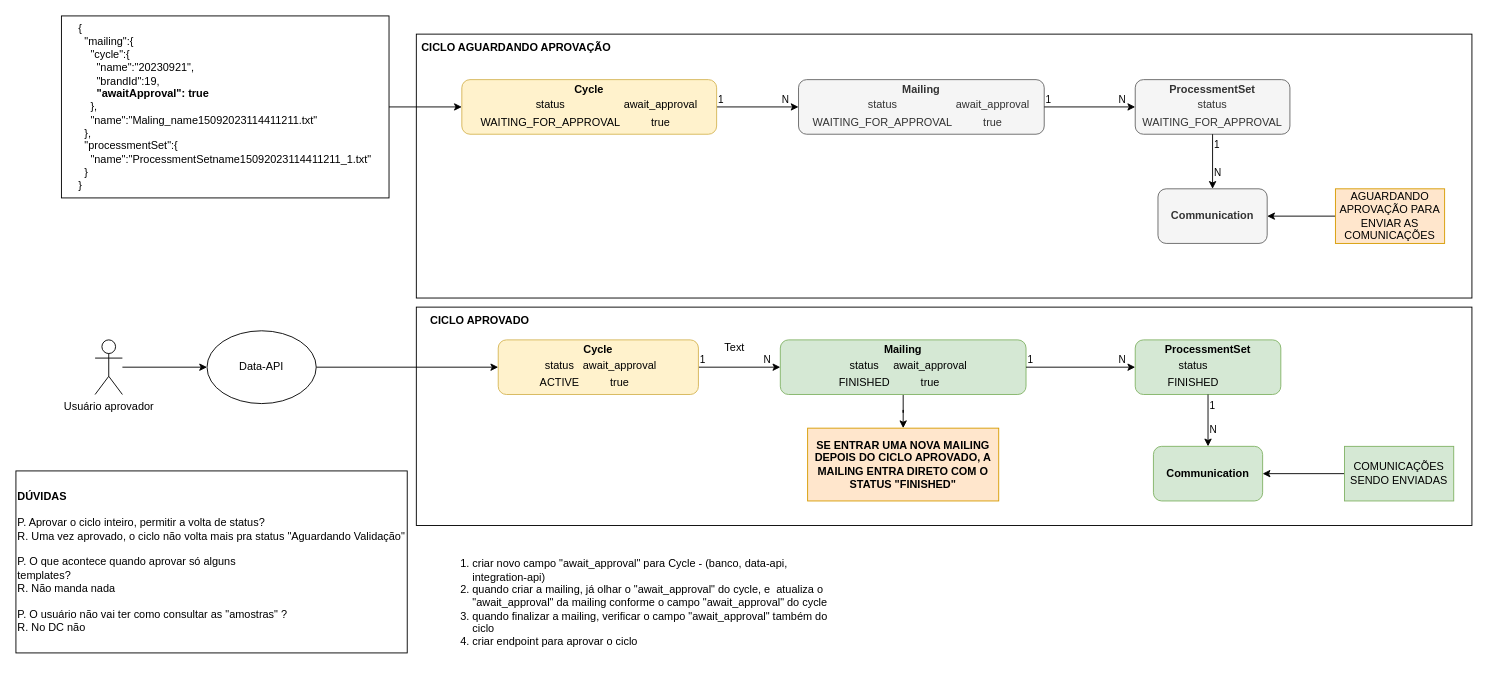
This is page "Sequencia Aprovação de Ciclo" (1 of 3) of Diagramas Aprovação de Ciclo.drawio from caio-bueno/draws-valid, a draw.io file, before an edit. Source tidied: cells renumbered, new cells numbered last; positions are measured from the earlier drawing's top-left corner, leaving out a move shared by most shapes. Both pictures are drawn from the tidied source at 91%, with x=0, y=0 at pixel (15, 15).
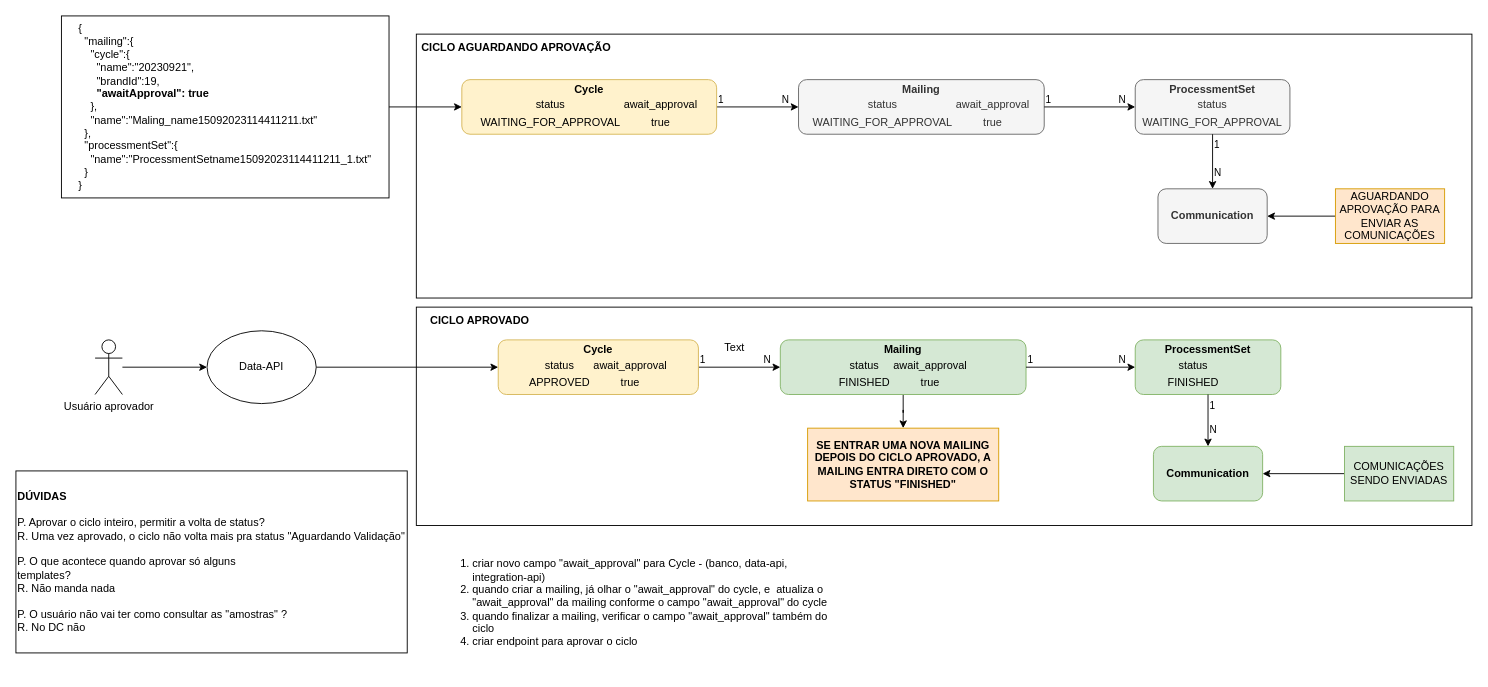
The same page after the edit.

Change to the diagram source:
```diff
@@
-    <mxCell id="30" value="&lt;b&gt;Cycle&lt;/b&gt;&lt;table&gt;&lt;tbody&gt;&lt;tr&gt;&lt;td&gt;status&lt;br&gt;&lt;/td&gt;&lt;td&gt;await_approval&lt;/td&gt;&lt;/tr&gt;&lt;tr&gt;&lt;td&gt;ACTIVE&lt;/td&gt;&lt;td&gt;true&lt;/td&gt;&lt;/tr&gt;&lt;/tbody&gt;&lt;/table&gt;" style="rounded=1;whiteSpace=wrap;html=1;align=center;fillColor=#fff2cc;strokeColor=#d6b656;" parent="1" vertex="1">
+    <mxCell id="30" value="&lt;b&gt;Cycle&lt;/b&gt;&lt;table&gt;&lt;tbody&gt;&lt;tr&gt;&lt;td&gt;status&lt;br&gt;&lt;/td&gt;&lt;td&gt;await_approval&lt;/td&gt;&lt;/tr&gt;&lt;tr&gt;&lt;td&gt;APPROVED&lt;/td&gt;&lt;td&gt;true&lt;/td&gt;&lt;/tr&gt;&lt;/tbody&gt;&lt;/table&gt;" style="rounded=1;whiteSpace=wrap;html=1;align=center;fillColor=#fff2cc;strokeColor=#d6b656;" parent="1" vertex="1">
       <mxGeometry x="530" y="356" width="220" height="60" as="geometry" />
     </mxCell>
```
